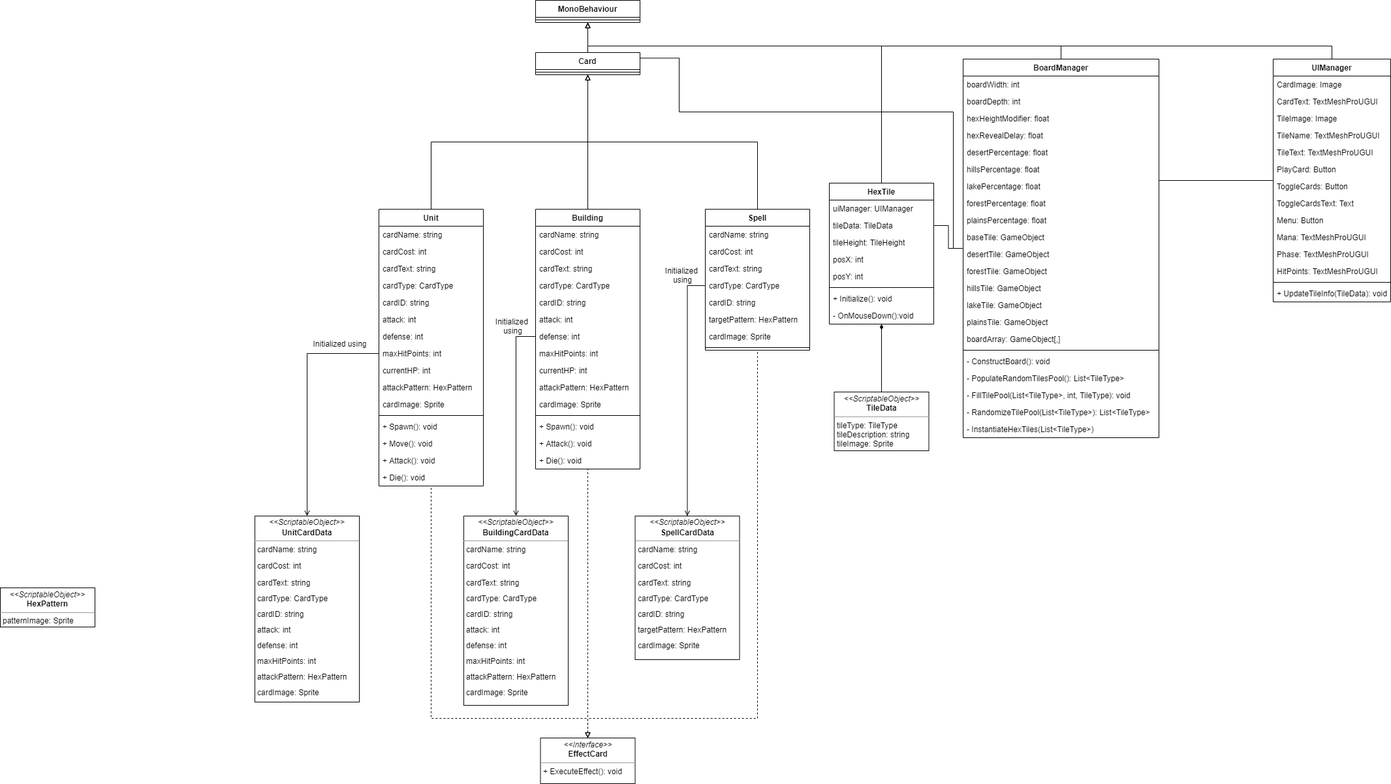
Earlier version of the draw.io export Diagrams/Class Diagram v0.3.png (Syrko/Ptixiaki-Ergasia). Source tidied: cells renumbered, new cells last; positions are measured from the earlier drawing's top-left corner, leaving out a move shared by most shapes.
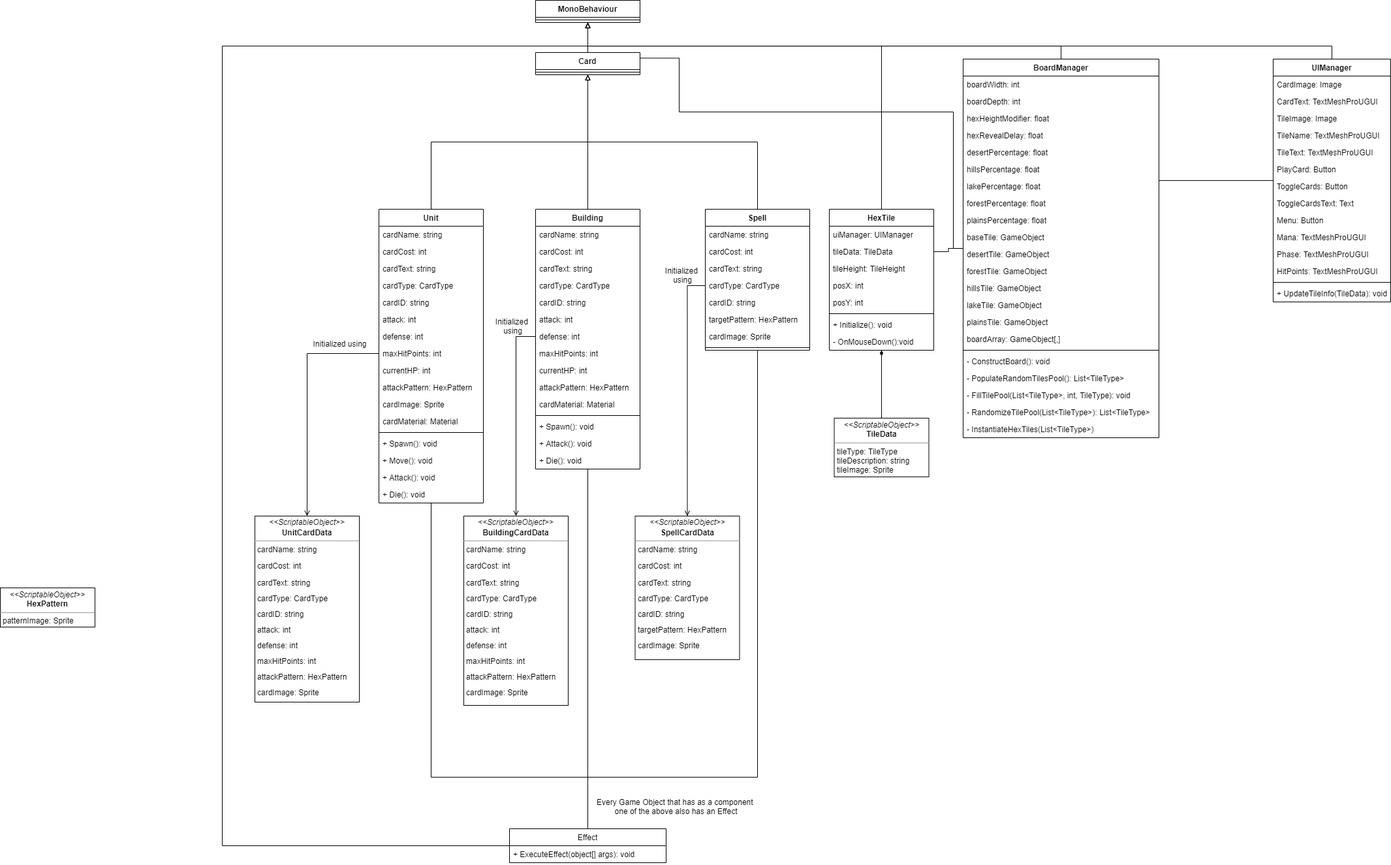
Above is the later version.

Commit message:
Updated Class diagram

Diff of the diagram source:
```diff
@@ -15,7 +15,7 @@
       <mxGeometry relative="1" as="geometry" />
     </mxCell>
     <mxCell id="6" value="Unit" style="swimlane;fontStyle=1;align=center;verticalAlign=top;horizontal=1;startSize=26;" parent="1" vertex="1">
-      <mxGeometry x="580" y="320" width="160" height="424" as="geometry" />
+      <mxGeometry x="580" y="320" width="160" height="450" as="geometry" />
     </mxCell>
     <mxCell id="7" value="cardName: string" style="text;strokeColor=none;fillColor=none;align=left;verticalAlign=top;spacingLeft=4;spacingRight=4;overflow=hidden;" parent="6" vertex="1">
       <mxGeometry y="26" width="160" height="26" as="geometry" />
@@ -50,20 +50,23 @@
     <mxCell id="17" value="cardImage: Sprite&#10;&#10;" style="text;strokeColor=none;fillColor=none;align=left;verticalAlign=top;spacingLeft=4;spacingRight=4;overflow=hidden;" parent="6" vertex="1">
       <mxGeometry y="286" width="160" height="26" as="geometry" />
     </mxCell>
+    <mxCell id="121" value="cardMaterial: Material&#10;&#10;" style="text;strokeColor=none;fillColor=none;align=left;verticalAlign=top;spacingLeft=4;spacingRight=4;overflow=hidden;" parent="6" vertex="1">
+      <mxGeometry y="312" width="160" height="26" as="geometry" />
+    </mxCell>
     <mxCell id="18" style="line;strokeWidth=1;fillColor=none;align=left;verticalAlign=middle;spacingTop=-1;spacingLeft=3;spacingRight=3;labelPosition=right;" parent="6" vertex="1">
-      <mxGeometry y="312" width="160" height="8" as="geometry" />
+      <mxGeometry y="338" width="160" height="8" as="geometry" />
     </mxCell>
     <mxCell id="19" value="+ Spawn(): void" style="text;strokeColor=none;fillColor=none;align=left;verticalAlign=top;spacingLeft=4;spacingRight=4;overflow=hidden;" parent="6" vertex="1">
-      <mxGeometry y="320" width="160" height="26" as="geometry" />
+      <mxGeometry y="346" width="160" height="26" as="geometry" />
     </mxCell>
     <mxCell id="20" value="+ Move(): void" style="text;strokeColor=none;fillColor=none;align=left;verticalAlign=top;spacingLeft=4;spacingRight=4;overflow=hidden;" parent="6" vertex="1">
-      <mxGeometry y="346" width="160" height="26" as="geometry" />
+      <mxGeometry y="372" width="160" height="26" as="geometry" />
     </mxCell>
     <mxCell id="21" value="+ Attack(): void" style="text;strokeColor=none;fillColor=none;align=left;verticalAlign=top;spacingLeft=4;spacingRight=4;overflow=hidden;" parent="6" vertex="1">
-      <mxGeometry y="372" width="160" height="26" as="geometry" />
+      <mxGeometry y="398" width="160" height="26" as="geometry" />
     </mxCell>
     <mxCell id="22" value="+ Die(): void" style="text;strokeColor=none;fillColor=none;align=left;verticalAlign=top;spacingLeft=4;spacingRight=4;overflow=hidden;" parent="6" vertex="1">
-      <mxGeometry y="398" width="160" height="26" as="geometry" />
+      <mxGeometry y="424" width="160" height="26" as="geometry" />
     </mxCell>
     <mxCell id="23" style="edgeStyle=orthogonalEdgeStyle;rounded=0;jettySize=auto;html=1;exitX=0.5;exitY=0;exitDx=0;exitDy=0;endArrow=block;endFill=0;" parent="1" edge="1" source="24" target="3">
       <mxGeometry relative="1" as="geometry" />
@@ -190,7 +193,7 @@
       </mxGeometry>
     </mxCell>
     <mxCell id="61" value="HexTile" style="swimlane;fontStyle=1;align=center;verticalAlign=top;horizontal=1;startSize=26;" parent="1" vertex="1">
-      <mxGeometry x="1270" y="280" width="160" height="216" as="geometry" />
+      <mxGeometry x="1270" y="320" width="160" height="216" as="geometry" />
     </mxCell>
     <mxCell id="62" value="uiManager: UIManager" style="text;strokeColor=none;fillColor=none;align=left;verticalAlign=top;spacingLeft=4;spacingRight=4;overflow=hidden;" parent="61" vertex="1">
       <mxGeometry y="26" width="160" height="26" as="geometry" />
@@ -293,7 +296,7 @@
       <mxGeometry relative="1" as="geometry" />
     </mxCell>
     <mxCell id="90" value="&lt;p style=&quot;margin: 0px ; margin-top: 4px ; text-align: center&quot;&gt;&lt;i&gt;&amp;lt;&amp;lt;ScriptableObject&amp;gt;&amp;gt;&lt;/i&gt;&lt;br&gt;&lt;b&gt;TileData&lt;/b&gt;&lt;/p&gt;&lt;hr size=&quot;1&quot;&gt;&lt;p style=&quot;margin: 0px ; margin-left: 4px&quot;&gt;tileType: TileType&lt;/p&gt;&lt;p style=&quot;margin: 0px ; margin-left: 4px&quot;&gt;tileDescription: string&lt;/p&gt;&lt;p style=&quot;margin: 0px ; margin-left: 4px&quot;&gt;tileImage: Sprite&lt;/p&gt;" style="verticalAlign=top;align=left;overflow=fill;fontSize=12;fontFamily=Helvetica;html=1;" parent="1" vertex="1">
-      <mxGeometry x="1277.5" y="600" width="145" height="90" as="geometry" />
+      <mxGeometry x="1277.5" y="640" width="145" height="90" as="geometry" />
     </mxCell>
     <mxCell id="91" style="edgeStyle=orthogonalEdgeStyle;rounded=0;jettySize=auto;html=1;entryX=0;entryY=0.5;entryDx=0;entryDy=0;endArrow=none;endFill=0;startArrow=open;startFill=0;" parent="1" edge="1" source="92" target="14">
       <mxGeometry relative="1" as="geometry" />
@@ -316,28 +319,34 @@
     <mxCell id="97" value="&lt;p style=&quot;margin: 4px 0px 0px ; text-align: center ; line-height: 1&quot;&gt;&lt;i&gt;&amp;lt;&amp;lt;ScriptableObject&amp;gt;&amp;gt;&lt;/i&gt;&lt;/p&gt;&lt;p style=&quot;margin: 4px 0px 0px ; text-align: center ; line-height: 1&quot;&gt;&lt;b&gt;SpellCardData&lt;/b&gt;&lt;/p&gt;&lt;hr size=&quot;1&quot;&gt;&lt;p style=&quot;margin: 0px ; margin-left: 4px&quot;&gt;cardName: string&lt;/p&gt;&lt;p style=&quot;margin: 0px 0px 0px 4px ; line-height: 1&quot;&gt;&lt;br&gt;&lt;/p&gt;&lt;p style=&quot;margin: 0px 0px 0px 4px ; line-height: 1&quot;&gt;cardCost: int&lt;/p&gt;&lt;p style=&quot;margin: 0px ; margin-left: 4px&quot;&gt;&lt;br&gt;&lt;/p&gt;&lt;p style=&quot;margin: 0px 0px 0px 4px ; line-height: 1&quot;&gt;cardText: string&lt;/p&gt;&lt;p style=&quot;margin: 0px 0px 0px 4px ; line-height: 1&quot;&gt;&lt;br&gt;&lt;/p&gt;&lt;p style=&quot;margin: 0px 0px 0px 4px ; line-height: 1&quot;&gt;cardType: CardType&lt;/p&gt;&lt;p style=&quot;margin: 0px 0px 0px 4px ; line-height: 1&quot;&gt;&lt;br&gt;&lt;/p&gt;&lt;p style=&quot;margin: 0px 0px 0px 4px ; line-height: 1&quot;&gt;cardID: string&lt;/p&gt;&lt;p style=&quot;margin: 0px 0px 0px 4px ; line-height: 1&quot;&gt;&lt;br&gt;&lt;/p&gt;&lt;p style=&quot;margin: 0px 0px 0px 4px ; line-height: 1&quot;&gt;&lt;span&gt;targetPattern: HexPattern&lt;/span&gt;&lt;br&gt;&lt;/p&gt;&lt;p style=&quot;margin: 0px 0px 0px 4px ; line-height: 1&quot;&gt;&lt;span&gt;&lt;br&gt;&lt;/span&gt;&lt;/p&gt;&lt;p style=&quot;margin: 0px 0px 0px 4px ; line-height: 1&quot;&gt;&lt;span&gt;cardImage: Sprite&lt;/span&gt;&lt;/p&gt;&lt;p style=&quot;margin: 0px 0px 0px 4px ; line-height: 1&quot;&gt;&lt;br&gt;&lt;/p&gt;&lt;p style=&quot;margin: 0px 0px 0px 4px ; line-height: 1&quot;&gt;&lt;br&gt;&lt;/p&gt;&lt;p style=&quot;margin: 0px ; margin-left: 4px&quot;&gt;&lt;br&gt;&lt;/p&gt;" style="verticalAlign=top;align=left;overflow=fill;fontSize=12;fontFamily=Helvetica;html=1;" parent="1" vertex="1">
       <mxGeometry x="972.5" y="790" width="160" height="220" as="geometry" />
     </mxCell>
-    <mxCell id="98" style="edgeStyle=orthogonalEdgeStyle;rounded=0;jettySize=auto;html=1;exitX=0.5;exitY=0;exitDx=0;exitDy=0;startArrow=block;startFill=0;endArrow=none;endFill=0;dashed=1;" parent="1" edge="1" source="101" target="6">
+    <mxCell id="98" style="edgeStyle=orthogonalEdgeStyle;rounded=0;jettySize=auto;html=1;startArrow=none;startFill=0;endArrow=none;endFill=0;" parent="1" edge="1" source="124" target="6">
       <mxGeometry relative="1" as="geometry">
         <Array as="points">
-          <mxPoint x="900" y="1100" />
-          <mxPoint x="660" y="1100" />
+          <mxPoint x="900" y="1190" />
+          <mxPoint x="660" y="1190" />
         </Array>
       </mxGeometry>
     </mxCell>
-    <mxCell id="99" style="edgeStyle=orthogonalEdgeStyle;rounded=0;jettySize=auto;html=1;dashed=1;startArrow=block;startFill=0;endArrow=none;endFill=0;" parent="1" edge="1" source="101" target="102">
+    <mxCell id="99" style="edgeStyle=orthogonalEdgeStyle;rounded=0;jettySize=auto;html=1;startArrow=none;startFill=0;endArrow=none;endFill=0;" parent="1" edge="1" source="124" target="102">
       <mxGeometry relative="1" as="geometry" />
     </mxCell>
-    <mxCell id="100" style="edgeStyle=orthogonalEdgeStyle;rounded=0;jettySize=auto;html=1;dashed=1;startArrow=block;startFill=0;endArrow=none;endFill=0;exitX=0.5;exitY=0;exitDx=0;exitDy=0;" parent="1" edge="1" source="101" target="24">
+    <mxCell id="100" style="edgeStyle=orthogonalEdgeStyle;rounded=0;jettySize=auto;html=1;startArrow=none;startFill=0;endArrow=none;endFill=0;" parent="1" edge="1" source="124" target="24">
       <mxGeometry relative="1" as="geometry">
         <Array as="points">
-          <mxPoint x="900" y="1100" />
-          <mxPoint x="1160" y="1100" />
+          <mxPoint x="900" y="1190" />
+          <mxPoint x="1160" y="1190" />
         </Array>
       </mxGeometry>
     </mxCell>
-    <mxCell id="101" value="&lt;p style=&quot;margin: 0px ; margin-top: 4px ; text-align: center&quot;&gt;&lt;i&gt;&amp;lt;&amp;lt;Interface&amp;gt;&amp;gt;&lt;/i&gt;&lt;br&gt;&lt;b&gt;EffectCard&lt;/b&gt;&lt;/p&gt;&lt;hr size=&quot;1&quot;&gt;&lt;p style=&quot;margin: 0px ; margin-left: 4px&quot;&gt;+ ExecuteEffect(): void&lt;br&gt;&lt;/p&gt;" style="verticalAlign=top;align=left;overflow=fill;fontSize=12;fontFamily=Helvetica;html=1;" parent="1" vertex="1">
-      <mxGeometry x="827.5" y="1130" width="145" height="70" as="geometry" />
-    </mxCell>
+    <mxCell id="122" style="edgeStyle=orthogonalEdgeStyle;rounded=0;jettySize=auto;html=1;startArrow=none;startFill=0;endArrow=block;endFill=0;" parent="1" edge="1" source="124" target="34">
+      <mxGeometry relative="1" as="geometry">
+        <Array as="points">
+          <mxPoint x="340" y="1295" />
+          <mxPoint x="340" y="70" />
+          <mxPoint x="900" y="70" />
+        </Array>
+      </mxGeometry>
+    </mxCell>
     <mxCell id="102" value="Building" style="swimlane;fontStyle=1;align=center;verticalAlign=top;horizontal=1;startSize=26;" parent="1" vertex="1">
       <mxGeometry x="820" y="320" width="160" height="398" as="geometry" />
     </mxCell>
@@ -371,7 +380,7 @@
     <mxCell id="112" value="attackPattern: HexPattern&#10;" style="text;strokeColor=none;fillColor=none;align=left;verticalAlign=top;spacingLeft=4;spacingRight=4;overflow=hidden;" parent="102" vertex="1">
       <mxGeometry y="260" width="160" height="26" as="geometry" />
     </mxCell>
-    <mxCell id="113" value="cardImage: Sprite&#10;&#10;" style="text;strokeColor=none;fillColor=none;align=left;verticalAlign=top;spacingLeft=4;spacingRight=4;overflow=hidden;" parent="102" vertex="1">
+    <mxCell id="113" value="cardMaterial: Material&#10;&#10;" style="text;strokeColor=none;fillColor=none;align=left;verticalAlign=top;spacingLeft=4;spacingRight=4;overflow=hidden;" parent="102" vertex="1">
       <mxGeometry y="286" width="160" height="26" as="geometry" />
     </mxCell>
     <mxCell id="114" style="line;strokeWidth=1;fillColor=none;align=left;verticalAlign=middle;spacingTop=-1;spacingLeft=3;spacingRight=3;labelPosition=right;" parent="102" vertex="1">
@@ -395,5 +404,14 @@
     <mxCell id="120" value="Initialized&amp;nbsp;&lt;br&gt;using" style="text;html=1;align=center;verticalAlign=middle;strokeColor=none;fillColor=none;" parent="1" vertex="1">
       <mxGeometry x="1010" y="406" width="70" height="30" as="geometry" />
     </mxCell>
+    <mxCell id="123" value="Every Game Object that has as a component &lt;br&gt;one of the above also has an Effect" style="text;html=1;align=center;verticalAlign=middle;strokeColor=none;fillColor=none;" parent="1" vertex="1">
+      <mxGeometry x="910" y="1220" width="250" height="30" as="geometry" />
+    </mxCell>
+    <mxCell id="124" value="Effect" style="swimlane;fontStyle=0;horizontal=1;startSize=26;fillColor=none;" parent="1" vertex="1">
+      <mxGeometry x="780" y="1269" width="240" height="52" as="geometry" />
+    </mxCell>
+    <mxCell id="125" value="+ ExecuteEffect(object[] args): void" style="text;strokeColor=none;fillColor=none;align=left;verticalAlign=top;spacingLeft=4;spacingRight=4;overflow=hidden;" parent="124" vertex="1">
+      <mxGeometry y="26" width="240" height="26" as="geometry" />
+    </mxCell>
   </root>
 </mxGraphModel>
```
